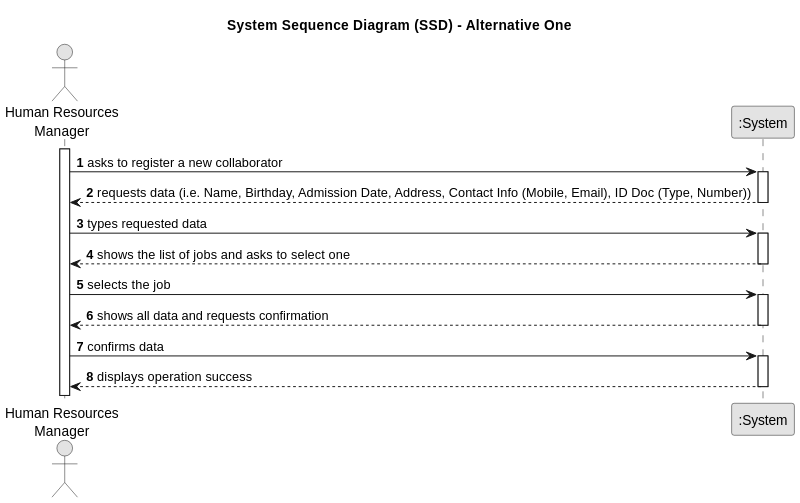
The PlantUML diagram docs/sprintA/us003/01.requirements-engineering/svg/us003-system-sequence-diagram-alternative-one.svg in daniel41silva05/ISEP_2023_2024_LAPR2, before a commit.
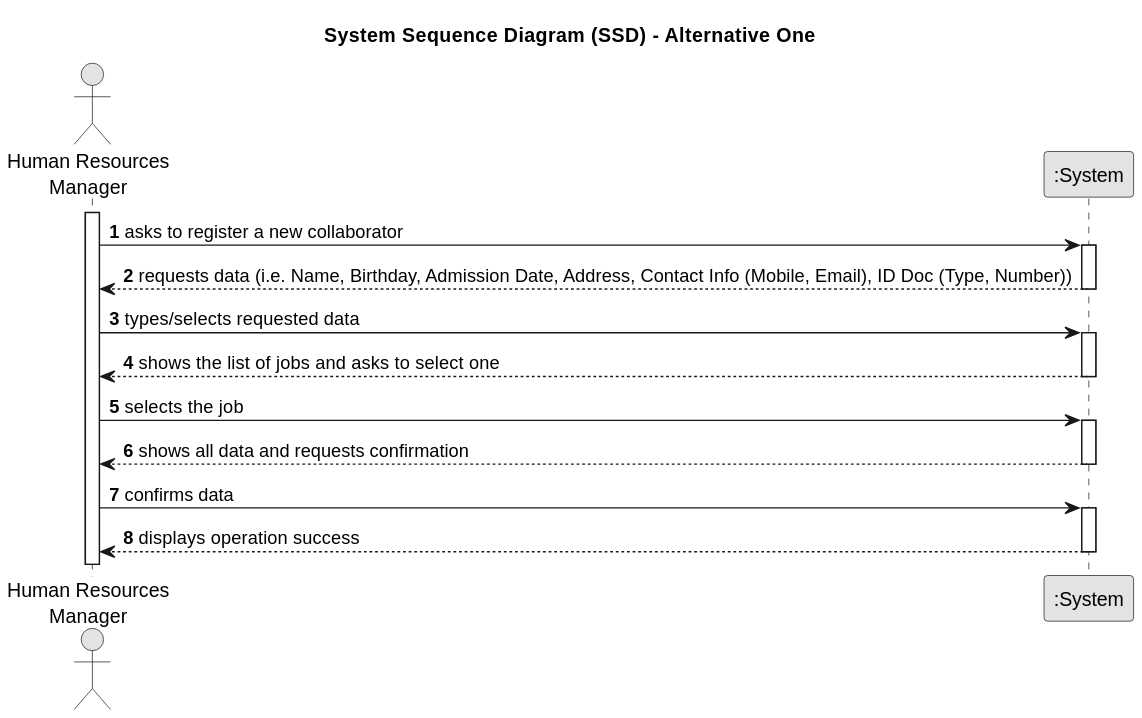
After the commit.

What changed in the source:
```diff
@@ -18,7 +18,7 @@
         System --> HRM : requests data (i.e. Name, Birthday, Admission Date, Address, Contact Info (Mobile, Email), ID Doc (Type, Number))
     deactivate System
 
-    HRM -> System : types requested data
+    HRM -> System : types/selects requested data
     activate System
 
         System --> HRM : shows the list of jobs and asks to select one
```
